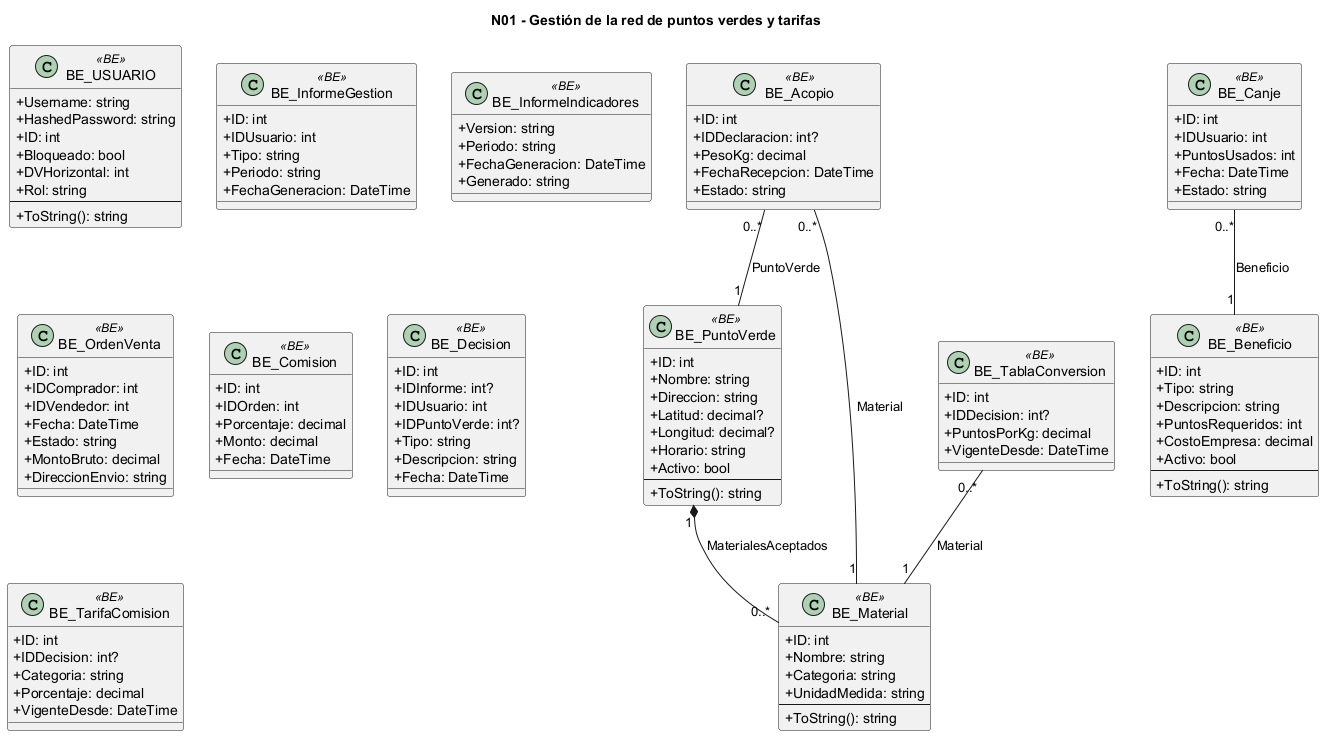
L-Muniz/uai-diploma_2026 keeps this PlantUML diagram as docs/diagramas/uml_png/procesos__N01_modelo_conceptual.png. Above is the earlier version. The source it was exported from:
```plantuml
@startuml
skinparam classAttributeIconSize 0
title N01 - Gestión de la red de puntos verdes y tarifas
class "BE_USUARIO" as BE_USUARIO <<BE>> {
  +Username: string
  +HashedPassword: string
  +ID: int
  +Bloqueado: bool
  +DVHorizontal: int
  +Rol: string
  --
  +ToString(): string
}
class "BE_InformeGestion" as BE_InformeGestion <<BE>> {
  +ID: int
  +IDUsuario: int
  +Tipo: string
  +Periodo: string
  +FechaGeneracion: DateTime
}
class "BE_InformeIndicadores" as BE_InformeIndicadores <<BE>> {
  +Version: string
  +Periodo: string
  +FechaGeneracion: DateTime
  +Generado: string
}
class "BE_Acopio" as BE_Acopio <<BE>> {
  +ID: int
  +IDDeclaracion: int?
  +PesoKg: decimal
  +FechaRecepcion: DateTime
  +Estado: string
}
class "BE_PuntoVerde" as BE_PuntoVerde <<BE>> {
  +ID: int
  +Nombre: string
  +Direccion: string
  +Latitud: decimal?
  +Longitud: decimal?
  +Horario: string
  +Activo: bool
  --
  +ToString(): string
}
class "BE_Material" as BE_Material <<BE>> {
  +ID: int
  +Nombre: string
  +Categoria: string
  +UnidadMedida: string
  --
  +ToString(): string
}
class "BE_OrdenVenta" as BE_OrdenVenta <<BE>> {
  +ID: int
  +IDComprador: int
  +IDVendedor: int
  +Fecha: DateTime
  +Estado: string
  +MontoBruto: decimal
  +DireccionEnvio: string
}
class "BE_Comision" as BE_Comision <<BE>> {
  +ID: int
  +IDOrden: int
  +Porcentaje: decimal
  +Monto: decimal
  +Fecha: DateTime
}
class "BE_Canje" as BE_Canje <<BE>> {
  +ID: int
  +IDUsuario: int
  +PuntosUsados: int
  +Fecha: DateTime
  +Estado: string
}
class "BE_Beneficio" as BE_Beneficio <<BE>> {
  +ID: int
  +Tipo: string
  +Descripcion: string
  +PuntosRequeridos: int
  +CostoEmpresa: decimal
  +Activo: bool
  --
  +ToString(): string
}
class "BE_Decision" as BE_Decision <<BE>> {
  +ID: int
  +IDInforme: int?
  +IDUsuario: int
  +IDPuntoVerde: int?
  +Tipo: string
  +Descripcion: string
  +Fecha: DateTime
}
class "BE_TarifaComision" as BE_TarifaComision <<BE>> {
  +ID: int
  +IDDecision: int?
  +Categoria: string
  +Porcentaje: decimal
  +VigenteDesde: DateTime
}
class "BE_TablaConversion" as BE_TablaConversion <<BE>> {
  +ID: int
  +IDDecision: int?
  +PuntosPorKg: decimal
  +VigenteDesde: DateTime
}
BE_Acopio "0..*" -- "1" BE_PuntoVerde : PuntoVerde
BE_Acopio "0..*" -- "1" BE_Material : Material
BE_PuntoVerde "1" *-- "0..*" BE_Material : MaterialesAceptados
BE_Canje "0..*" -- "1" BE_Beneficio : Beneficio
BE_TablaConversion "0..*" -- "1" BE_Material : Material
@enduml
```
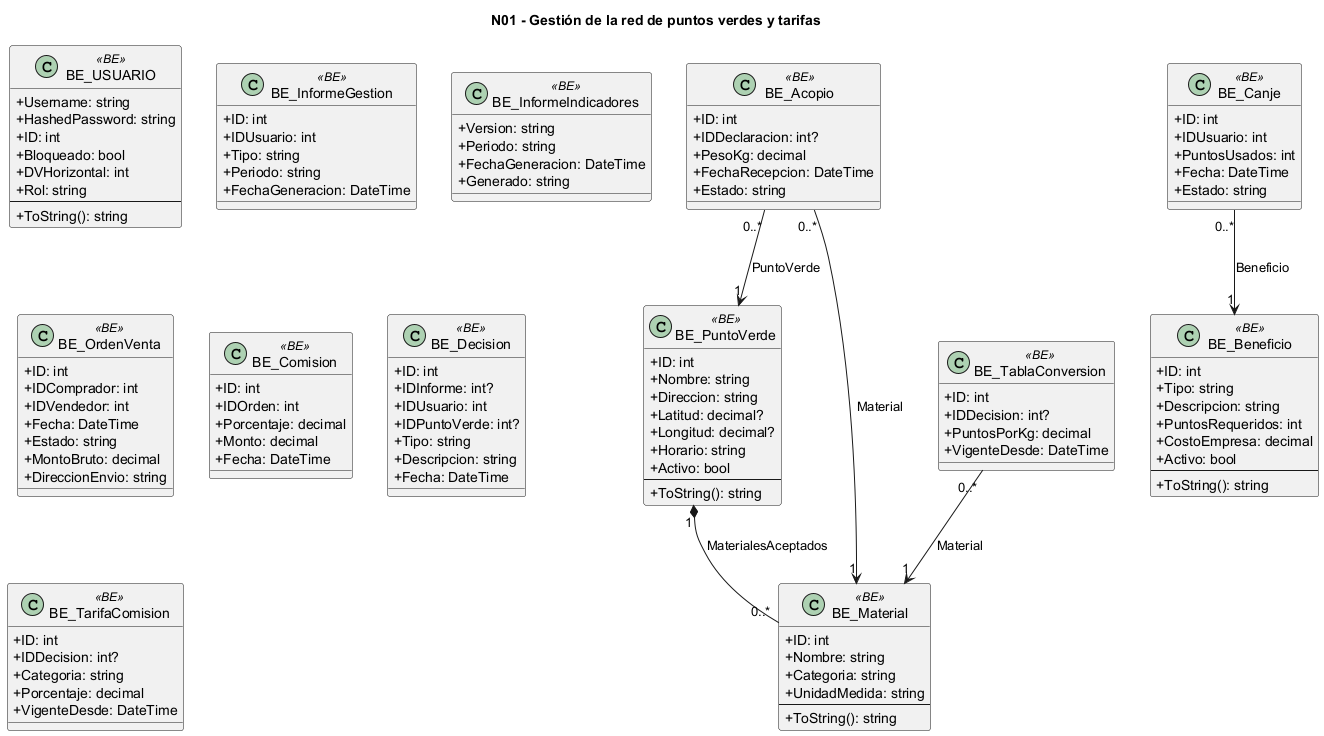
After the change.

The edit, as a diff of the source:
```diff
@@ -105,9 +105,9 @@
   +PuntosPorKg: decimal
   +VigenteDesde: DateTime
 }
-BE_Acopio "0..*" -- "1" BE_PuntoVerde : PuntoVerde
-BE_Acopio "0..*" -- "1" BE_Material : Material
+BE_Acopio "0..*" --> "1" BE_PuntoVerde : PuntoVerde
+BE_Acopio "0..*" --> "1" BE_Material : Material
 BE_PuntoVerde "1" *-- "0..*" BE_Material : MaterialesAceptados
-BE_Canje "0..*" -- "1" BE_Beneficio : Beneficio
-BE_TablaConversion "0..*" -- "1" BE_Material : Material
+BE_Canje "0..*" --> "1" BE_Beneficio : Beneficio
+BE_TablaConversion "0..*" --> "1" BE_Material : Material
 @enduml
```
